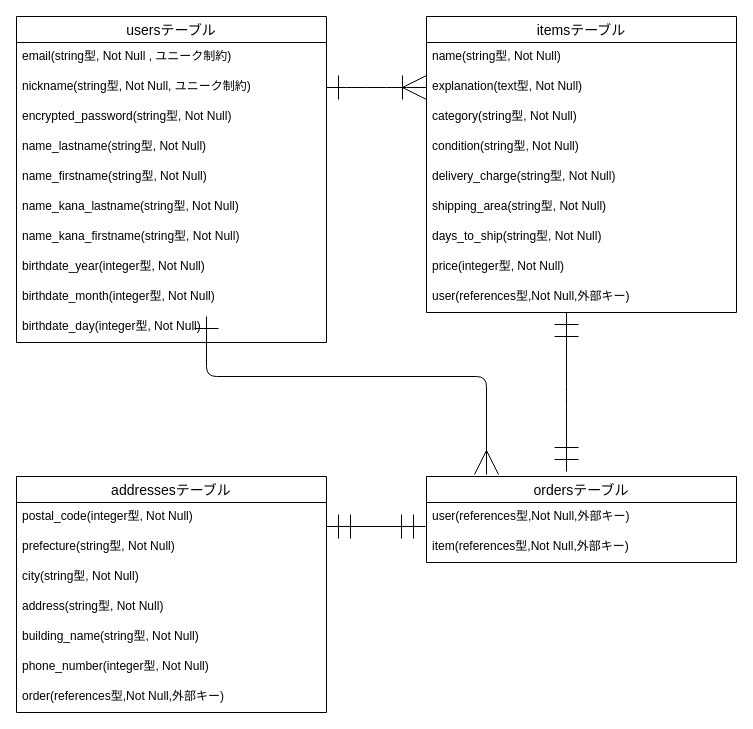
kirikooooooooo/furima-38007 keeps this draw.io diagram as app/controllers/er.dio. Above is the earlier version. Source tidied: cells renumbered, new cells numbered last; positions are measured from the earlier drawing's top-left corner, leaving out a move shared by most shapes. Both pictures are drawn from the tidied source at 100%, with x=0, y=0 at pixel (16, 16).
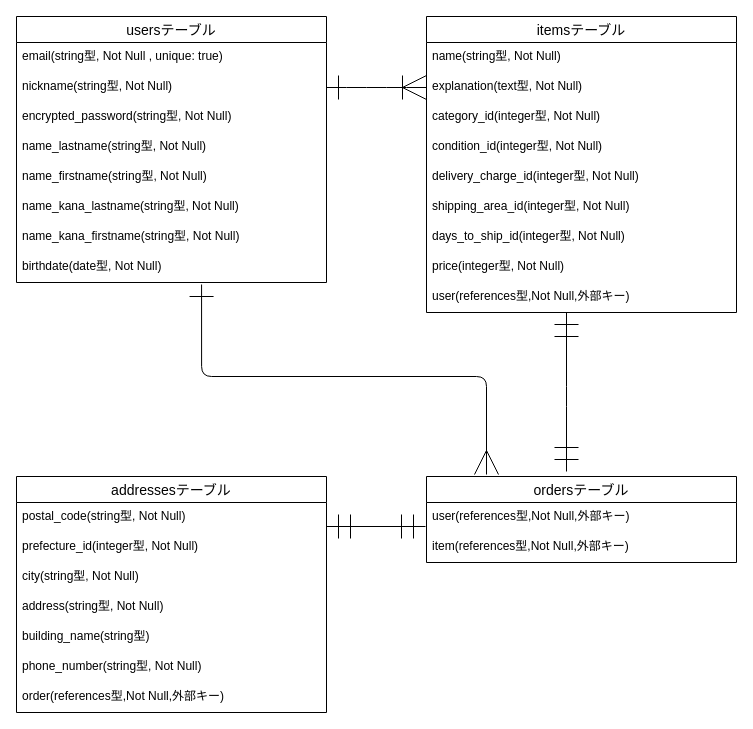
The same page after the edit.

Unchanged cells that the change refers to:
```xml
<mxCell id="13" value="itemsテーブル" style="swimlane;fontStyle=0;horizontal=1;startSize=26;align=center;fontSize=14;" parent="1" vertex="1">
  <mxGeometry x="410" width="310" height="296" as="geometry" />
</mxCell>
<mxCell id="29" value="addressesテーブル" style="swimlane;fontStyle=0;horizontal=1;startSize=26;align=center;fontSize=14;" parent="1" vertex="1">
  <mxGeometry y="460" width="310" height="236" as="geometry" />
</mxCell>
```

Change to the diagram source:
```diff
@@
     <mxCell id="2" value="usersテーブル" style="swimlane;fontStyle=0;horizontal=1;startSize=26;align=center;fontSize=14;" parent="1" vertex="1">
-      <mxGeometry width="310" height="326" as="geometry" />
+      <mxGeometry width="310" height="266" as="geometry" />
     </mxCell>
-    <mxCell id="3" value="email(string型, Not Null , ユニーク制約)" style="text;strokeColor=none;fillColor=none;spacingLeft=4;spacingRight=4;overflow=hidden;fontSize=12;" parent="2" vertex="1">
+    <mxCell id="3" value="email(string型, Not Null , unique: true)" style="text;strokeColor=none;fillColor=none;spacingLeft=4;spacingRight=4;overflow=hidden;fontSize=12;" parent="2" vertex="1">
       <mxGeometry y="26" width="310" height="30" as="geometry" />
     </mxCell>
-    <mxCell id="4" value="nickname(string型, Not Null, ユニーク制約)" style="text;strokeColor=none;fillColor=none;spacingLeft=4;spacingRight=4;overflow=hidden;points=[[0,0.5],[1,0.5]];portConstraint=eastwest;fontSize=12;" parent="2" vertex="1">
+    <mxCell id="4" value="nickname(string型, Not Null)" style="text;strokeColor=none;fillColor=none;spacingLeft=4;spacingRight=4;overflow=hidden;points=[[0,0.5],[1,0.5]];portConstraint=eastwest;fontSize=12;" parent="2" vertex="1">
       <mxGeometry y="56" width="310" height="30" as="geometry" />
     </mxCell>
@@
-    <mxCell id="10" value="birthdate_year(integer型, Not Null)" style="text;strokeColor=none;fillColor=none;spacingLeft=4;spacingRight=4;overflow=hidden;points=[[0,0.5],[1,0.5]];portConstraint=eastwest;fontSize=12;" parent="2" vertex="1">
+    <mxCell id="10" value="birthdate(date型, Not Null)" style="text;strokeColor=none;fillColor=none;spacingLeft=4;spacingRight=4;overflow=hidden;points=[[0,0.5],[1,0.5]];portConstraint=eastwest;fontSize=12;" parent="2" vertex="1">
       <mxGeometry y="236" width="310" height="30" as="geometry" />
     </mxCell>
-    <mxCell id="11" value="birthdate_month(integer型, Not Null)" style="text;strokeColor=none;fillColor=none;spacingLeft=4;spacingRight=4;overflow=hidden;fontSize=12;" parent="2" vertex="1">
-      <mxGeometry y="266" width="310" height="30" as="geometry" />
-    </mxCell>
-    <mxCell id="12" value="birthdate_day(integer型, Not Null)" style="text;strokeColor=none;fillColor=none;spacingLeft=4;spacingRight=4;overflow=hidden;fontSize=12;" parent="2" vertex="1">
-      <mxGeometry y="296" width="310" height="30" as="geometry" />
-    </mxCell>
@@
-    <mxCell id="16" value="category(string型, Not Null)" style="text;strokeColor=none;fillColor=none;spacingLeft=4;spacingRight=4;overflow=hidden;fontSize=12;" parent="13" vertex="1">
+    <mxCell id="16" value="category_id(integer型, Not Null)" style="text;strokeColor=none;fillColor=none;spacingLeft=4;spacingRight=4;overflow=hidden;fontSize=12;" parent="13" vertex="1">
       <mxGeometry y="86" width="310" height="30" as="geometry" />
     </mxCell>
-    <mxCell id="17" value="condition(string型, Not Null)" style="text;strokeColor=none;fillColor=none;spacingLeft=4;spacingRight=4;overflow=hidden;fontSize=12;" parent="13" vertex="1">
+    <mxCell id="17" value="condition_id(integer型, Not Null)" style="text;strokeColor=none;fillColor=none;spacingLeft=4;spacingRight=4;overflow=hidden;fontSize=12;" parent="13" vertex="1">
       <mxGeometry y="116" width="310" height="30" as="geometry" />
     </mxCell>
-    <mxCell id="18" value="delivery_charge(string型, Not Null)" style="text;strokeColor=none;fillColor=none;spacingLeft=4;spacingRight=4;overflow=hidden;fontSize=12;" parent="13" vertex="1">
+    <mxCell id="18" value="delivery_charge_id(integer型, Not Null)" style="text;strokeColor=none;fillColor=none;spacingLeft=4;spacingRight=4;overflow=hidden;fontSize=12;" parent="13" vertex="1">
       <mxGeometry y="146" width="310" height="30" as="geometry" />
     </mxCell>
-    <mxCell id="19" value="shipping_area(string型, Not Null)" style="text;strokeColor=none;fillColor=none;spacingLeft=4;spacingRight=4;overflow=hidden;fontSize=12;" parent="13" vertex="1">
+    <mxCell id="19" value="shipping_area_id(integer型, Not Null)" style="text;strokeColor=none;fillColor=none;spacingLeft=4;spacingRight=4;overflow=hidden;fontSize=12;" parent="13" vertex="1">
       <mxGeometry y="176" width="310" height="30" as="geometry" />
     </mxCell>
-    <mxCell id="20" value="days_to_ship(string型, Not Null)" style="text;strokeColor=none;fillColor=none;spacingLeft=4;spacingRight=4;overflow=hidden;fontSize=12;" parent="13" vertex="1">
+    <mxCell id="20" value="days_to_ship_id(integer型, Not Null)" style="text;strokeColor=none;fillColor=none;spacingLeft=4;spacingRight=4;overflow=hidden;fontSize=12;" parent="13" vertex="1">
       <mxGeometry y="206" width="310" height="30" as="geometry" />
     </mxCell>
@@
-    <mxCell id="27" style="edgeStyle=orthogonalEdgeStyle;fontSize=12;html=1;endArrow=ERmany;startArrow=ERone;endSize=22;startSize=22;endFill=0;startFill=0;" parent="1" edge="1">
+    <mxCell id="27" style="edgeStyle=orthogonalEdgeStyle;fontSize=12;html=1;endArrow=ERmany;startArrow=ERone;endSize=22;startSize=22;endFill=0;startFill=0;exitX=0.597;exitY=1.067;exitDx=0;exitDy=0;exitPerimeter=0;" parent="1" edge="1" source="10">
       <mxGeometry relative="1" as="geometry">
-        <mxPoint x="190" y="300" as="sourcePoint" />
         <mxPoint x="470" y="458" as="targetPoint" />
         <Array as="points">
-          <mxPoint x="190" y="360" />
+          <mxPoint x="185" y="360" />
           <mxPoint x="470" y="360" />
-          <mxPoint x="470" y="458" />
         </Array>
       </mxGeometry>
     </mxCell>
@@
-    <mxCell id="30" value="postal_code(integer型, Not Null)" style="text;strokeColor=none;fillColor=none;spacingLeft=4;spacingRight=4;overflow=hidden;fontSize=12;" parent="29" vertex="1">
+    <mxCell id="30" value="postal_code(string型, Not Null)" style="text;strokeColor=none;fillColor=none;spacingLeft=4;spacingRight=4;overflow=hidden;fontSize=12;" parent="29" vertex="1">
       <mxGeometry y="26" width="310" height="30" as="geometry" />
     </mxCell>
-    <mxCell id="31" value="prefecture(string型, Not Null)" style="text;strokeColor=none;fillColor=none;spacingLeft=4;spacingRight=4;overflow=hidden;fontSize=12;" parent="29" vertex="1">
+    <mxCell id="31" value="prefecture_id(integer型, Not Null)" style="text;strokeColor=none;fillColor=none;spacingLeft=4;spacingRight=4;overflow=hidden;fontSize=12;" parent="29" vertex="1">
       <mxGeometry y="56" width="310" height="30" as="geometry" />
     </mxCell>
@@
-    <mxCell id="34" value="building_name(string型, Not Null)" style="text;strokeColor=none;fillColor=none;spacingLeft=4;spacingRight=4;overflow=hidden;fontSize=12;" parent="29" vertex="1">
+    <mxCell id="34" value="building_name(string型)" style="text;strokeColor=none;fillColor=none;spacingLeft=4;spacingRight=4;overflow=hidden;fontSize=12;" parent="29" vertex="1">
       <mxGeometry y="146" width="310" height="30" as="geometry" />
     </mxCell>
-    <mxCell id="35" value="phone_number(integer型, Not Null)" style="text;strokeColor=none;fillColor=none;spacingLeft=4;spacingRight=4;overflow=hidden;fontSize=12;" parent="29" vertex="1">
+    <mxCell id="35" value="phone_number(string型, Not Null)" style="text;strokeColor=none;fillColor=none;spacingLeft=4;spacingRight=4;overflow=hidden;fontSize=12;" parent="29" vertex="1">
       <mxGeometry y="176" width="310" height="30" as="geometry" />
     </mxCell>
```
